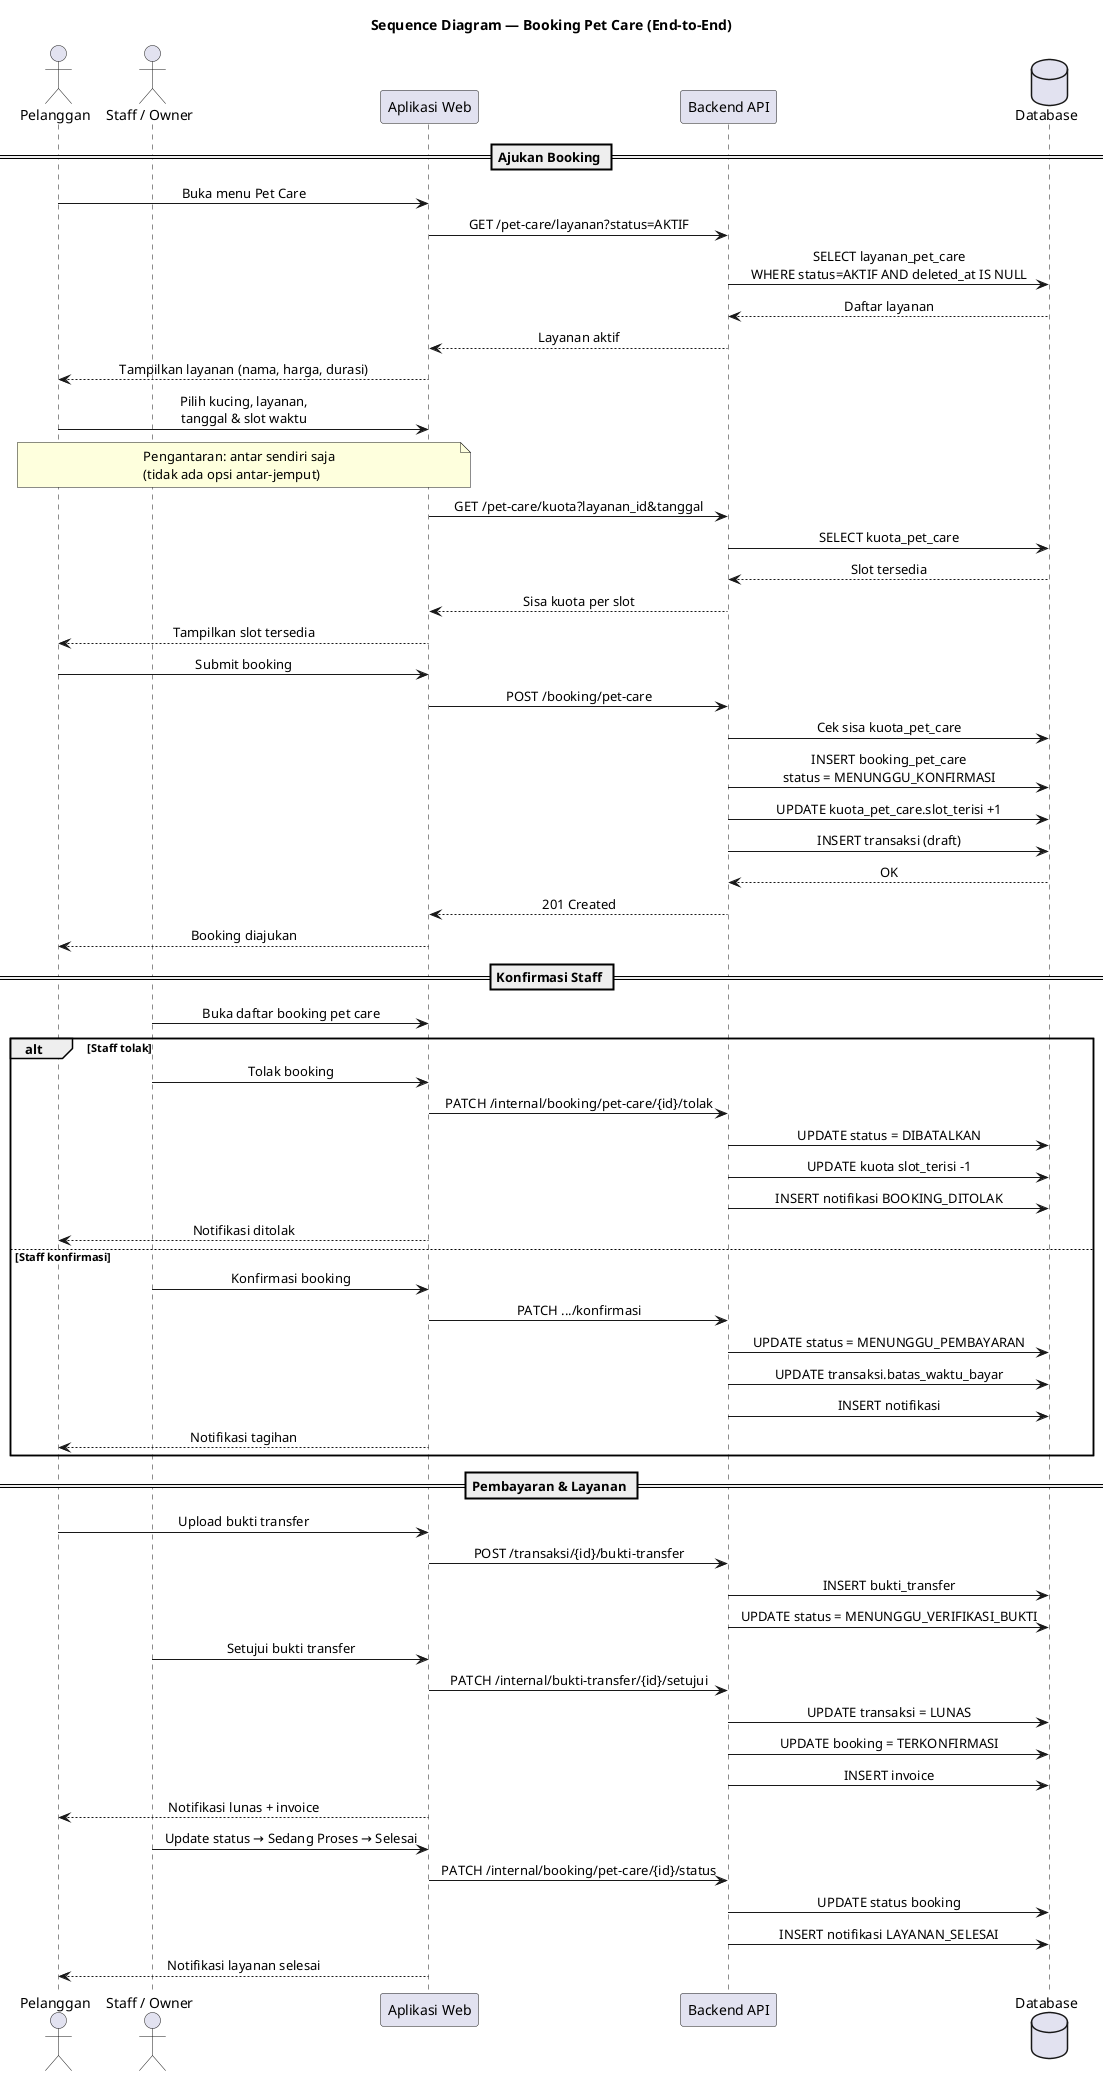
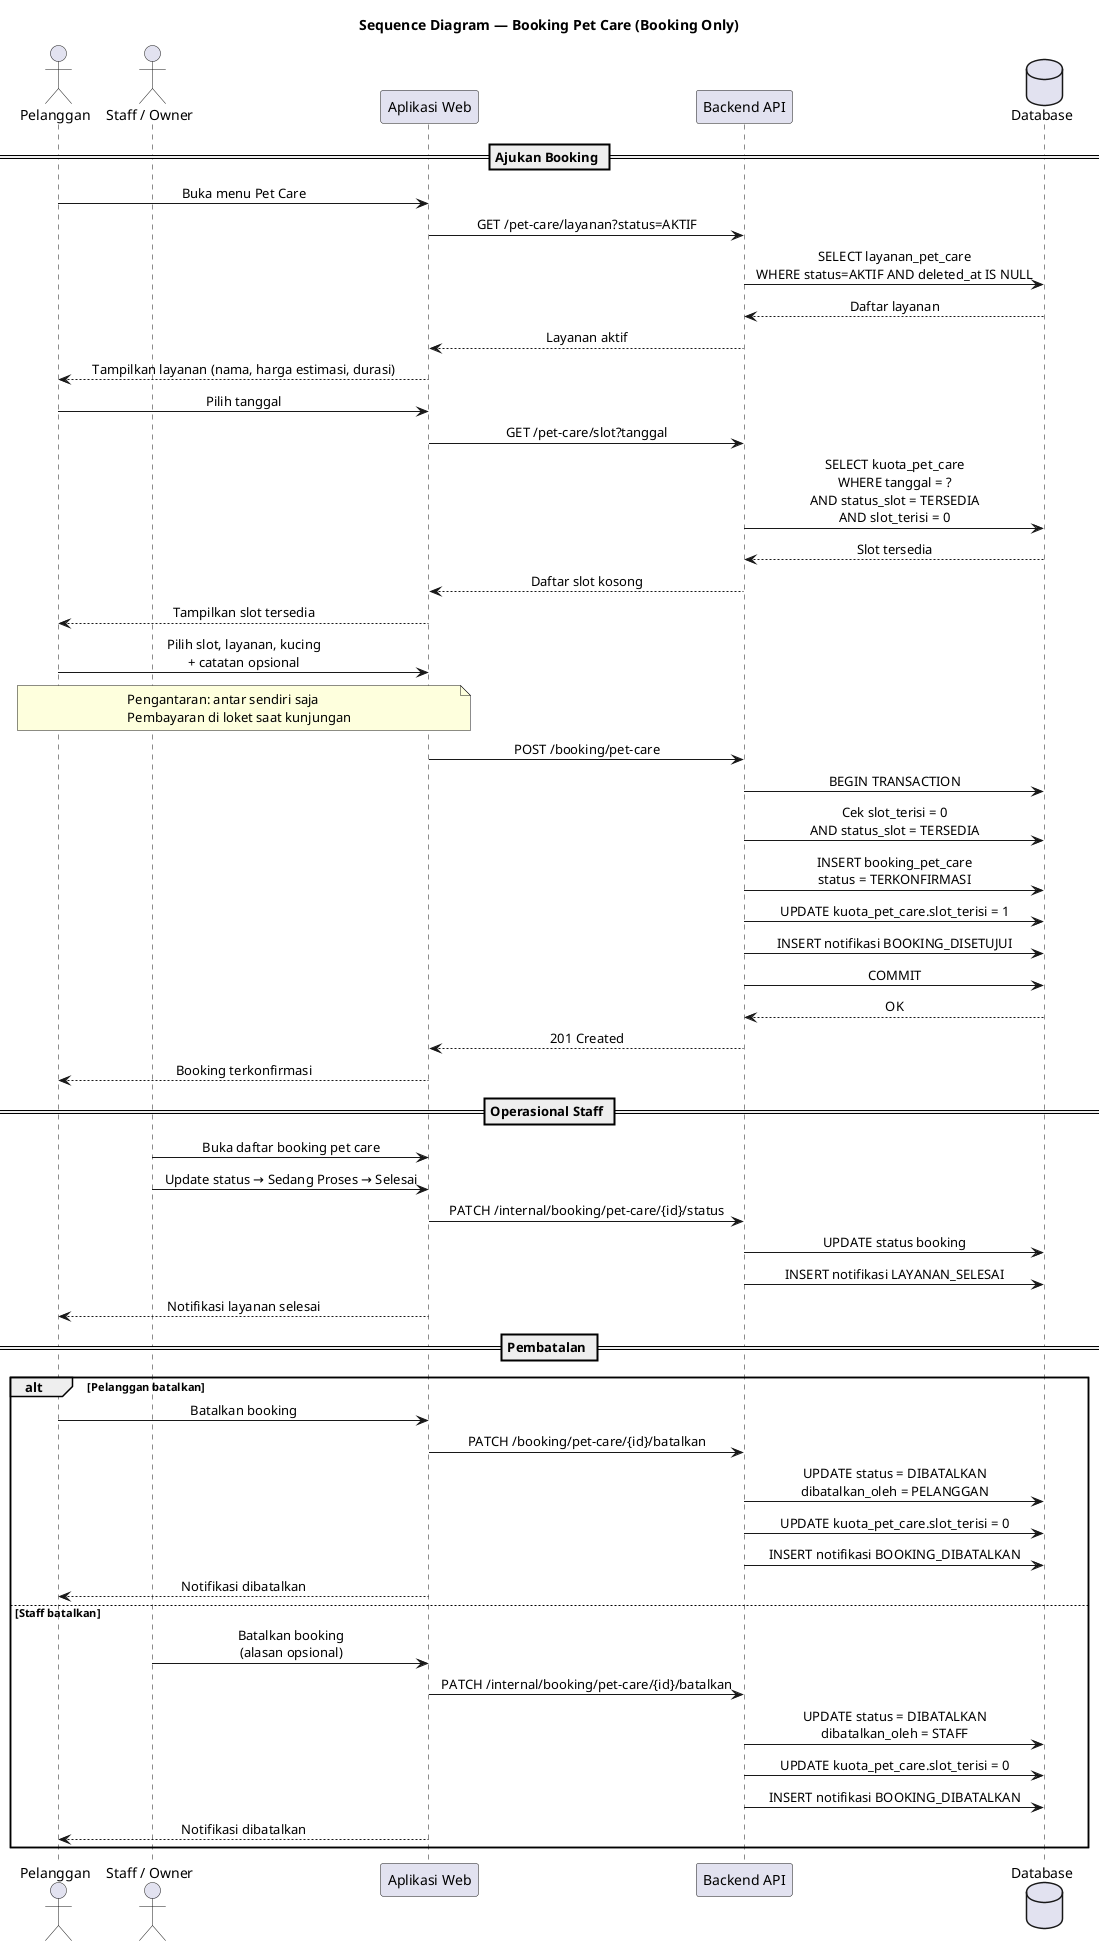
@startuml sequence-booking-petcare
skinparam sequenceMessageAlign center

- title Sequence Diagram — Booking Pet Care (End-to-End)
+ title Sequence Diagram — Booking Pet Care (Booking Only)

actor Pelanggan
actor "Staff / Owner" as Staff
participant "Aplikasi Web" as App
participant "Backend API" as API
database "Database" as DB

== Ajukan Booking ==

Pelanggan -> App : Buka menu Pet Care
App -> API : GET /pet-care/layanan?status=AKTIF
API -> DB : SELECT layanan_pet_care\nWHERE status=AKTIF AND deleted_at IS NULL
DB --> API : Daftar layanan
API --> App : Layanan aktif
- App --> Pelanggan : Tampilkan layanan (nama, harga, durasi)
+ App --> Pelanggan : Tampilkan layanan (nama, harga estimasi, durasi)

- Pelanggan -> App : Pilih kucing, layanan,\ntanggal & slot waktu
+ Pelanggan -> App : Pilih tanggal
+ App -> API : GET /pet-care/slot?tanggal
+ API -> DB : SELECT kuota_pet_care\nWHERE tanggal = ?\nAND status_slot = TERSEDIA\nAND slot_terisi = 0
+ DB --> API : Slot tersedia
+ API --> App : Daftar slot kosong
+ App --> Pelanggan : Tampilkan slot tersedia
+ 
+ Pelanggan -> App : Pilih slot, layanan, kucing\n+ catatan opsional
note over App, Pelanggan
  Pengantaran: antar sendiri saja
-   (tidak ada opsi antar-jemput)
+   Pembayaran di loket saat kunjungan
end note
- App -> API : GET /pet-care/kuota?layanan_id&tanggal
- API -> DB : SELECT kuota_pet_care
- DB --> API : Slot tersedia
- API --> App : Sisa kuota per slot
- App --> Pelanggan : Tampilkan slot tersedia
- 
- Pelanggan -> App : Submit booking
App -> API : POST /booking/pet-care
- API -> DB : Cek sisa kuota_pet_care
- API -> DB : INSERT booking_pet_care\nstatus = MENUNGGU_KONFIRMASI
- API -> DB : UPDATE kuota_pet_care.slot_terisi +1
- API -> DB : INSERT transaksi (draft)
+ API -> DB : BEGIN TRANSACTION
+ API -> DB : Cek slot_terisi = 0\nAND status_slot = TERSEDIA
+ API -> DB : INSERT booking_pet_care\nstatus = TERKONFIRMASI
+ API -> DB : UPDATE kuota_pet_care.slot_terisi = 1
+ API -> DB : INSERT notifikasi BOOKING_DISETUJUI
+ API -> DB : COMMIT
DB --> API : OK
API --> App : 201 Created
- App --> Pelanggan : Booking diajukan
+ App --> Pelanggan : Booking terkonfirmasi

- == Konfirmasi Staff ==
+ == Operasional Staff ==

Staff -> App : Buka daftar booking pet care
- alt Staff tolak
-   Staff -> App : Tolak booking
-   App -> API : PATCH /internal/booking/pet-care/{id}/tolak
-   API -> DB : UPDATE status = DIBATALKAN
-   API -> DB : UPDATE kuota slot_terisi -1
-   API -> DB : INSERT notifikasi BOOKING_DITOLAK
-   App --> Pelanggan : Notifikasi ditolak
- else Staff konfirmasi
-   Staff -> App : Konfirmasi booking
-   App -> API : PATCH .../konfirmasi
-   API -> DB : UPDATE status = MENUNGGU_PEMBAYARAN
-   API -> DB : UPDATE transaksi.batas_waktu_bayar
-   API -> DB : INSERT notifikasi
-   App --> Pelanggan : Notifikasi tagihan
- end
- 
- == Pembayaran & Layanan ==
- 
- Pelanggan -> App : Upload bukti transfer
- App -> API : POST /transaksi/{id}/bukti-transfer
- API -> DB : INSERT bukti_transfer
- API -> DB : UPDATE status = MENUNGGU_VERIFIKASI_BUKTI
- 
- Staff -> App : Setujui bukti transfer
- App -> API : PATCH /internal/bukti-transfer/{id}/setujui
- API -> DB : UPDATE transaksi = LUNAS
- API -> DB : UPDATE booking = TERKONFIRMASI
- API -> DB : INSERT invoice
- App --> Pelanggan : Notifikasi lunas + invoice
- 
Staff -> App : Update status → Sedang Proses → Selesai
App -> API : PATCH /internal/booking/pet-care/{id}/status
API -> DB : UPDATE status booking
API -> DB : INSERT notifikasi LAYANAN_SELESAI
App --> Pelanggan : Notifikasi layanan selesai

+ == Pembatalan ==
+ 
+ alt Pelanggan batalkan
+   Pelanggan -> App : Batalkan booking
+   App -> API : PATCH /booking/pet-care/{id}/batalkan
+   API -> DB : UPDATE status = DIBATALKAN\ndibatalkan_oleh = PELANGGAN
+   API -> DB : UPDATE kuota_pet_care.slot_terisi = 0
+   API -> DB : INSERT notifikasi BOOKING_DIBATALKAN
+   App --> Pelanggan : Notifikasi dibatalkan
+ else Staff batalkan
+   Staff -> App : Batalkan booking\n(alasan opsional)
+   App -> API : PATCH /internal/booking/pet-care/{id}/batalkan
+   API -> DB : UPDATE status = DIBATALKAN\ndibatalkan_oleh = STAFF
+   API -> DB : UPDATE kuota_pet_care.slot_terisi = 0
+   API -> DB : INSERT notifikasi BOOKING_DIBATALKAN
+   App --> Pelanggan : Notifikasi dibatalkan
+ end
+ 
@enduml
